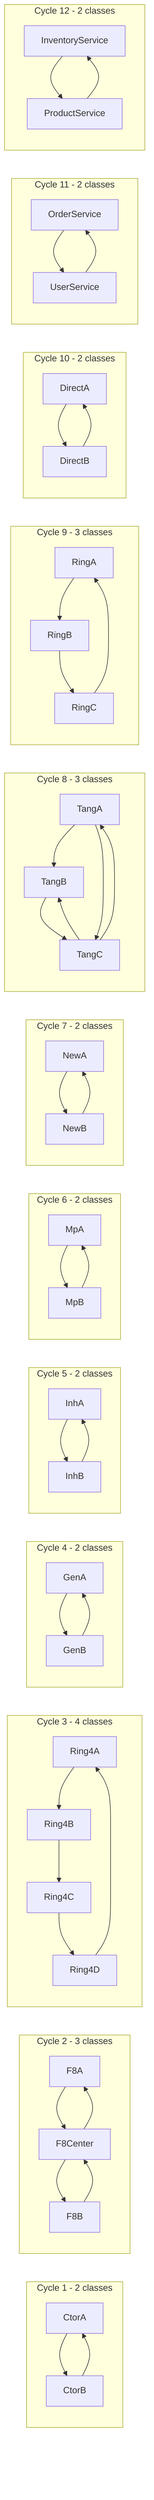
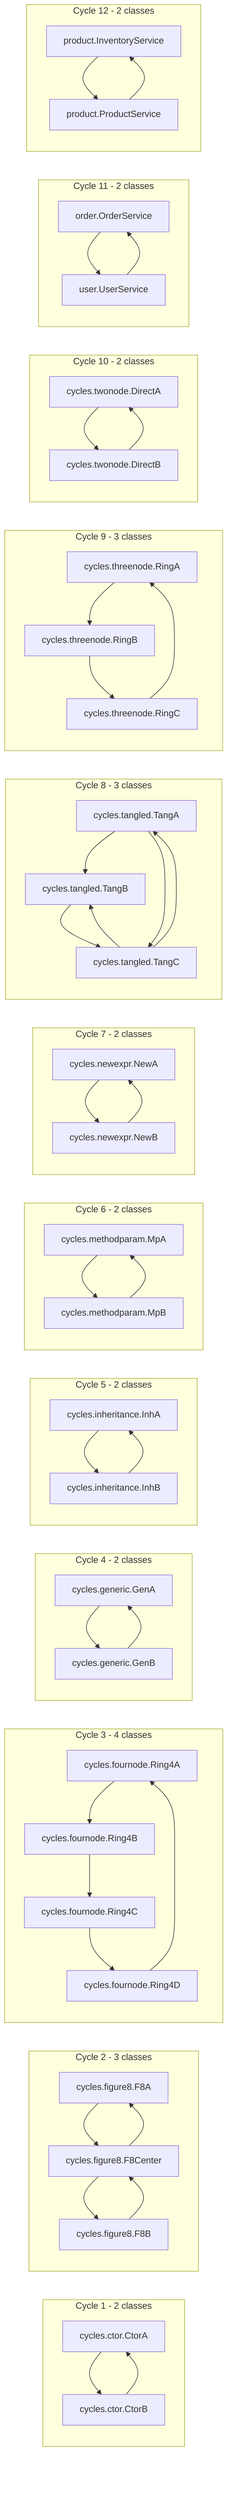
flowchart LR
  subgraph scc0 ["Cycle 1 - 2 classes"]
-     n_com_minsun_sample_cycles_ctor_CtorA["CtorA"]
-     n_com_minsun_sample_cycles_ctor_CtorB["CtorB"]
+     n_com_minsun_sample_cycles_ctor_CtorA["cycles.ctor.CtorA"]
+     n_com_minsun_sample_cycles_ctor_CtorB["cycles.ctor.CtorB"]
    n_com_minsun_sample_cycles_ctor_CtorA --> n_com_minsun_sample_cycles_ctor_CtorB
    n_com_minsun_sample_cycles_ctor_CtorB --> n_com_minsun_sample_cycles_ctor_CtorA
  end
  subgraph scc1 ["Cycle 2 - 3 classes"]
-     n_com_minsun_sample_cycles_figure8_F8A["F8A"]
-     n_com_minsun_sample_cycles_figure8_F8B["F8B"]
-     n_com_minsun_sample_cycles_figure8_F8Center["F8Center"]
+     n_com_minsun_sample_cycles_figure8_F8A["cycles.figure8.F8A"]
+     n_com_minsun_sample_cycles_figure8_F8B["cycles.figure8.F8B"]
+     n_com_minsun_sample_cycles_figure8_F8Center["cycles.figure8.F8Center"]
    n_com_minsun_sample_cycles_figure8_F8A --> n_com_minsun_sample_cycles_figure8_F8Center
    n_com_minsun_sample_cycles_figure8_F8B --> n_com_minsun_sample_cycles_figure8_F8Center
    n_com_minsun_sample_cycles_figure8_F8Center --> n_com_minsun_sample_cycles_figure8_F8A
    n_com_minsun_sample_cycles_figure8_F8Center --> n_com_minsun_sample_cycles_figure8_F8B
  end
  subgraph scc2 ["Cycle 3 - 4 classes"]
-     n_com_minsun_sample_cycles_fournode_Ring4A["Ring4A"]
-     n_com_minsun_sample_cycles_fournode_Ring4B["Ring4B"]
-     n_com_minsun_sample_cycles_fournode_Ring4C["Ring4C"]
-     n_com_minsun_sample_cycles_fournode_Ring4D["Ring4D"]
+     n_com_minsun_sample_cycles_fournode_Ring4A["cycles.fournode.Ring4A"]
+     n_com_minsun_sample_cycles_fournode_Ring4B["cycles.fournode.Ring4B"]
+     n_com_minsun_sample_cycles_fournode_Ring4C["cycles.fournode.Ring4C"]
+     n_com_minsun_sample_cycles_fournode_Ring4D["cycles.fournode.Ring4D"]
    n_com_minsun_sample_cycles_fournode_Ring4A --> n_com_minsun_sample_cycles_fournode_Ring4B
    n_com_minsun_sample_cycles_fournode_Ring4B --> n_com_minsun_sample_cycles_fournode_Ring4C
    n_com_minsun_sample_cycles_fournode_Ring4C --> n_com_minsun_sample_cycles_fournode_Ring4D
    n_com_minsun_sample_cycles_fournode_Ring4D --> n_com_minsun_sample_cycles_fournode_Ring4A
  end
  subgraph scc3 ["Cycle 4 - 2 classes"]
-     n_com_minsun_sample_cycles_generic_GenA["GenA"]
-     n_com_minsun_sample_cycles_generic_GenB["GenB"]
+     n_com_minsun_sample_cycles_generic_GenA["cycles.generic.GenA"]
+     n_com_minsun_sample_cycles_generic_GenB["cycles.generic.GenB"]
    n_com_minsun_sample_cycles_generic_GenA --> n_com_minsun_sample_cycles_generic_GenB
    n_com_minsun_sample_cycles_generic_GenB --> n_com_minsun_sample_cycles_generic_GenA
  end
  subgraph scc4 ["Cycle 5 - 2 classes"]
-     n_com_minsun_sample_cycles_inheritance_InhA["InhA"]
-     n_com_minsun_sample_cycles_inheritance_InhB["InhB"]
+     n_com_minsun_sample_cycles_inheritance_InhA["cycles.inheritance.InhA"]
+     n_com_minsun_sample_cycles_inheritance_InhB["cycles.inheritance.InhB"]
    n_com_minsun_sample_cycles_inheritance_InhA --> n_com_minsun_sample_cycles_inheritance_InhB
    n_com_minsun_sample_cycles_inheritance_InhB --> n_com_minsun_sample_cycles_inheritance_InhA
  end
  subgraph scc5 ["Cycle 6 - 2 classes"]
-     n_com_minsun_sample_cycles_methodparam_MpA["MpA"]
-     n_com_minsun_sample_cycles_methodparam_MpB["MpB"]
+     n_com_minsun_sample_cycles_methodparam_MpA["cycles.methodparam.MpA"]
+     n_com_minsun_sample_cycles_methodparam_MpB["cycles.methodparam.MpB"]
    n_com_minsun_sample_cycles_methodparam_MpA --> n_com_minsun_sample_cycles_methodparam_MpB
    n_com_minsun_sample_cycles_methodparam_MpB --> n_com_minsun_sample_cycles_methodparam_MpA
  end
  subgraph scc6 ["Cycle 7 - 2 classes"]
-     n_com_minsun_sample_cycles_newexpr_NewA["NewA"]
-     n_com_minsun_sample_cycles_newexpr_NewB["NewB"]
+     n_com_minsun_sample_cycles_newexpr_NewA["cycles.newexpr.NewA"]
+     n_com_minsun_sample_cycles_newexpr_NewB["cycles.newexpr.NewB"]
    n_com_minsun_sample_cycles_newexpr_NewA --> n_com_minsun_sample_cycles_newexpr_NewB
    n_com_minsun_sample_cycles_newexpr_NewB --> n_com_minsun_sample_cycles_newexpr_NewA
  end
  subgraph scc7 ["Cycle 8 - 3 classes"]
-     n_com_minsun_sample_cycles_tangled_TangA["TangA"]
-     n_com_minsun_sample_cycles_tangled_TangB["TangB"]
-     n_com_minsun_sample_cycles_tangled_TangC["TangC"]
+     n_com_minsun_sample_cycles_tangled_TangA["cycles.tangled.TangA"]
+     n_com_minsun_sample_cycles_tangled_TangB["cycles.tangled.TangB"]
+     n_com_minsun_sample_cycles_tangled_TangC["cycles.tangled.TangC"]
    n_com_minsun_sample_cycles_tangled_TangA --> n_com_minsun_sample_cycles_tangled_TangB
    n_com_minsun_sample_cycles_tangled_TangA --> n_com_minsun_sample_cycles_tangled_TangC
    n_com_minsun_sample_cycles_tangled_TangB --> n_com_minsun_sample_cycles_tangled_TangC
    n_com_minsun_sample_cycles_tangled_TangC --> n_com_minsun_sample_cycles_tangled_TangA
    n_com_minsun_sample_cycles_tangled_TangC --> n_com_minsun_sample_cycles_tangled_TangB
  end
  subgraph scc8 ["Cycle 9 - 3 classes"]
-     n_com_minsun_sample_cycles_threenode_RingA["RingA"]
-     n_com_minsun_sample_cycles_threenode_RingB["RingB"]
-     n_com_minsun_sample_cycles_threenode_RingC["RingC"]
+     n_com_minsun_sample_cycles_threenode_RingA["cycles.threenode.RingA"]
+     n_com_minsun_sample_cycles_threenode_RingB["cycles.threenode.RingB"]
+     n_com_minsun_sample_cycles_threenode_RingC["cycles.threenode.RingC"]
    n_com_minsun_sample_cycles_threenode_RingA --> n_com_minsun_sample_cycles_threenode_RingB
    n_com_minsun_sample_cycles_threenode_RingB --> n_com_minsun_sample_cycles_threenode_RingC
    n_com_minsun_sample_cycles_threenode_RingC --> n_com_minsun_sample_cycles_threenode_RingA
  end
  subgraph scc9 ["Cycle 10 - 2 classes"]
-     n_com_minsun_sample_cycles_twonode_DirectA["DirectA"]
-     n_com_minsun_sample_cycles_twonode_DirectB["DirectB"]
+     n_com_minsun_sample_cycles_twonode_DirectA["cycles.twonode.DirectA"]
+     n_com_minsun_sample_cycles_twonode_DirectB["cycles.twonode.DirectB"]
    n_com_minsun_sample_cycles_twonode_DirectA --> n_com_minsun_sample_cycles_twonode_DirectB
    n_com_minsun_sample_cycles_twonode_DirectB --> n_com_minsun_sample_cycles_twonode_DirectA
  end
  subgraph scc10 ["Cycle 11 - 2 classes"]
-     n_com_minsun_sample_order_OrderService["OrderService"]
-     n_com_minsun_sample_user_UserService["UserService"]
+     n_com_minsun_sample_order_OrderService["order.OrderService"]
+     n_com_minsun_sample_user_UserService["user.UserService"]
    n_com_minsun_sample_order_OrderService --> n_com_minsun_sample_user_UserService
    n_com_minsun_sample_user_UserService --> n_com_minsun_sample_order_OrderService
  end
  subgraph scc11 ["Cycle 12 - 2 classes"]
-     n_com_minsun_sample_product_InventoryService["InventoryService"]
-     n_com_minsun_sample_product_ProductService["ProductService"]
+     n_com_minsun_sample_product_InventoryService["product.InventoryService"]
+     n_com_minsun_sample_product_ProductService["product.ProductService"]
    n_com_minsun_sample_product_InventoryService --> n_com_minsun_sample_product_ProductService
    n_com_minsun_sample_product_ProductService --> n_com_minsun_sample_product_InventoryService
  end
